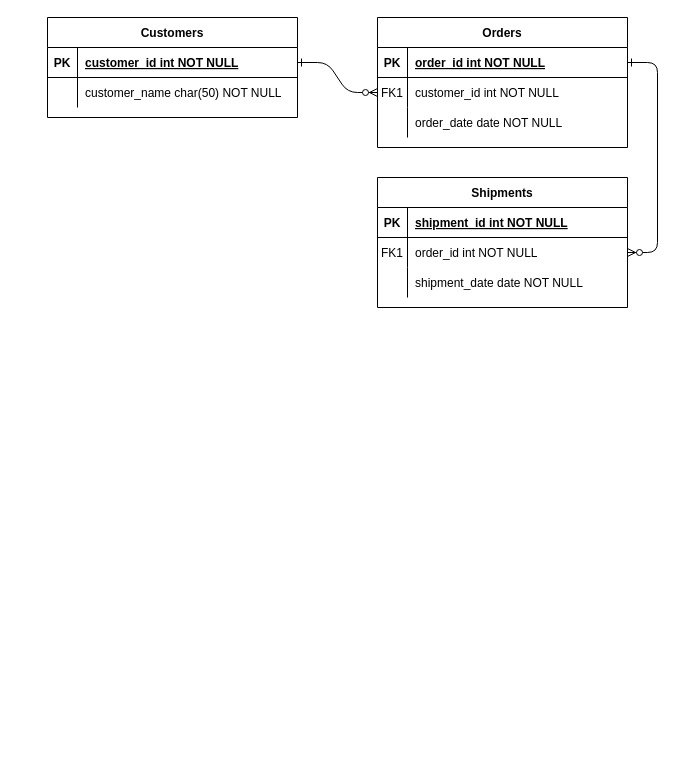
Before: GoReactInternalResourceEntityRelationshipDiagram.drawio in anyingiit/Draw.io, a draw.io diagram. Source tidied: cells renumbered, new cells numbered last; positions are measured from the earlier drawing's top-left corner, leaving out a move shared by most shapes. Both pictures are drawn from the tidied source at 100%, with x=0, y=0 at pixel (47, 17).
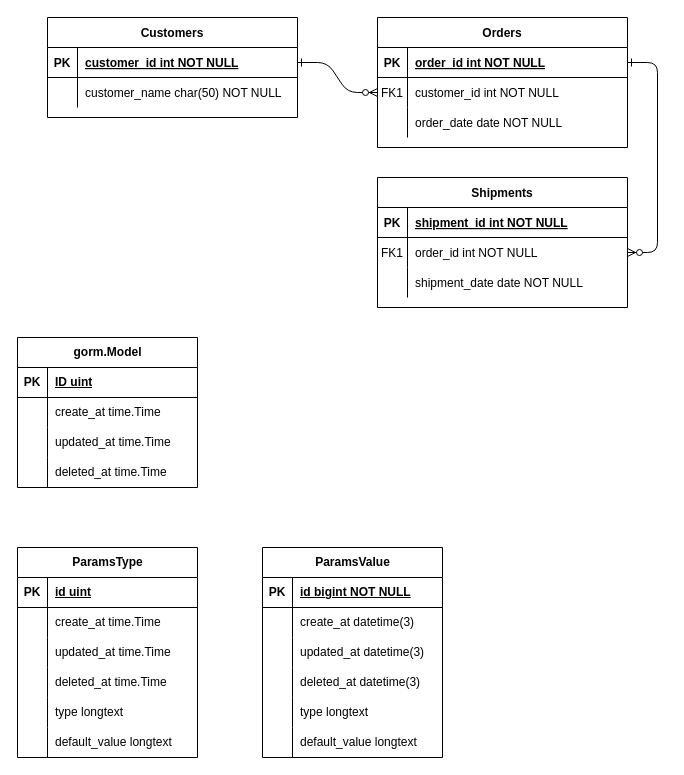
After the change.

The edit, as a diff of the source:
```diff
@@
+    <mxCell id="31" value="ParamsType" style="shape=table;startSize=30;childLayout=tableLayout;rowLines=0;fontStyle=1;align=center;html=1;" parent="1" vertex="1">
+      <mxGeometry x="-30" y="530" width="180" height="210" as="geometry" />
+    </mxCell>
+    <mxCell id="32" style="shape=tableRow;horizontal=0;startSize=0;swimlaneHead=0;swimlaneBody=0;fillColor=none;top=0;left=0;right=0;bottom=1;" parent="31" vertex="1">
+      <mxGeometry y="30" width="180" height="30" as="geometry" />
+    </mxCell>
+    <mxCell id="33" value="PK" style="shape=partialRectangle;fillColor=none;top=0;left=0;bottom=0;right=0;fontStyle=1;overflow=hidden;whiteSpace=wrap;html=1;" parent="32" vertex="1">
+      <mxGeometry width="30" height="30" as="geometry" />
+    </mxCell>
+    <mxCell id="34" value="id uint" style="shape=partialRectangle;fillColor=none;top=0;left=0;bottom=0;right=0;align=left;spacingLeft=6;fontStyle=5;overflow=hidden;whiteSpace=wrap;html=1;" parent="32" vertex="1">
+      <mxGeometry x="30" width="150" height="30" as="geometry" />
+    </mxCell>
+    <mxCell id="35" style="shape=tableRow;horizontal=0;startSize=0;swimlaneHead=0;swimlaneBody=0;fillColor=none;top=0;left=0;right=0;bottom=0;" parent="31" vertex="1">
+      <mxGeometry y="60" width="180" height="30" as="geometry" />
+    </mxCell>
+    <mxCell id="36" style="shape=partialRectangle;fillColor=none;top=0;left=0;bottom=0;right=0;overflow=hidden;whiteSpace=wrap;html=1;" parent="35" vertex="1">
+      <mxGeometry width="30" height="30" as="geometry" />
+    </mxCell>
+    <mxCell id="37" value="create_at time.Time" style="shape=partialRectangle;fillColor=none;top=0;left=0;bottom=0;right=0;align=left;spacingLeft=6;overflow=hidden;whiteSpace=wrap;html=1;" parent="35" vertex="1">
+      <mxGeometry x="30" width="150" height="30" as="geometry" />
+    </mxCell>
+    <mxCell id="38" style="shape=tableRow;horizontal=0;startSize=0;swimlaneHead=0;swimlaneBody=0;fillColor=none;top=0;left=0;right=0;bottom=0;" parent="31" vertex="1">
+      <mxGeometry y="90" width="180" height="30" as="geometry" />
+    </mxCell>
+    <mxCell id="39" style="shape=partialRectangle;fillColor=none;top=0;left=0;bottom=0;right=0;overflow=hidden;whiteSpace=wrap;html=1;" parent="38" vertex="1">
+      <mxGeometry width="30" height="30" as="geometry" />
+    </mxCell>
+    <mxCell id="40" value="updated_at time.Time" style="shape=partialRectangle;fillColor=none;top=0;left=0;bottom=0;right=0;align=left;spacingLeft=6;overflow=hidden;whiteSpace=wrap;html=1;" parent="38" vertex="1">
+      <mxGeometry x="30" width="150" height="30" as="geometry" />
+    </mxCell>
+    <mxCell id="41" style="shape=tableRow;horizontal=0;startSize=0;swimlaneHead=0;swimlaneBody=0;fillColor=none;top=0;left=0;right=0;bottom=0;" parent="31" vertex="1">
+      <mxGeometry y="120" width="180" height="30" as="geometry" />
+    </mxCell>
+    <mxCell id="42" style="shape=partialRectangle;fillColor=none;top=0;left=0;bottom=0;right=0;overflow=hidden;whiteSpace=wrap;html=1;" parent="41" vertex="1">
+      <mxGeometry width="30" height="30" as="geometry" />
+    </mxCell>
+    <mxCell id="43" value="deleted_at time.Time" style="shape=partialRectangle;fillColor=none;top=0;left=0;bottom=0;right=0;align=left;spacingLeft=6;overflow=hidden;whiteSpace=wrap;html=1;" parent="41" vertex="1">
+      <mxGeometry x="30" width="150" height="30" as="geometry" />
+    </mxCell>
+    <mxCell id="44" style="shape=tableRow;horizontal=0;startSize=0;swimlaneHead=0;swimlaneBody=0;fillColor=none;top=0;left=0;right=0;bottom=0;" parent="31" vertex="1">
+      <mxGeometry y="150" width="180" height="30" as="geometry" />
+    </mxCell>
+    <mxCell id="45" style="shape=partialRectangle;fillColor=none;top=0;left=0;bottom=0;right=0;overflow=hidden;whiteSpace=wrap;html=1;" parent="44" vertex="1">
+      <mxGeometry width="30" height="30" as="geometry" />
+    </mxCell>
+    <mxCell id="46" value="type longtext" style="shape=partialRectangle;fillColor=none;top=0;left=0;bottom=0;right=0;align=left;spacingLeft=6;overflow=hidden;whiteSpace=wrap;html=1;" parent="44" vertex="1">
+      <mxGeometry x="30" width="150" height="30" as="geometry" />
+    </mxCell>
+    <mxCell id="47" style="shape=tableRow;horizontal=0;startSize=0;swimlaneHead=0;swimlaneBody=0;fillColor=none;top=0;left=0;right=0;bottom=0;" parent="31" vertex="1">
+      <mxGeometry y="180" width="180" height="30" as="geometry" />
+    </mxCell>
+    <mxCell id="48" style="shape=partialRectangle;fillColor=none;top=0;left=0;bottom=0;right=0;overflow=hidden;whiteSpace=wrap;html=1;" parent="47" vertex="1">
+      <mxGeometry width="30" height="30" as="geometry" />
+    </mxCell>
+    <mxCell id="49" value="default_value longtext" style="shape=partialRectangle;fillColor=none;top=0;left=0;bottom=0;right=0;align=left;spacingLeft=6;overflow=hidden;whiteSpace=wrap;html=1;" parent="47" vertex="1">
+      <mxGeometry x="30" width="150" height="30" as="geometry" />
+    </mxCell>
+    <mxCell id="50" value="ParamsValue" style="shape=table;startSize=30;childLayout=tableLayout;rowLines=0;fontStyle=1;align=center;html=1;" parent="1" vertex="1">
+      <mxGeometry x="215" y="530" width="180" height="210" as="geometry" />
+    </mxCell>
+    <mxCell id="51" style="shape=tableRow;horizontal=0;startSize=0;swimlaneHead=0;swimlaneBody=0;fillColor=none;top=0;left=0;right=0;bottom=1;" parent="50" vertex="1">
+      <mxGeometry y="30" width="180" height="30" as="geometry" />
+    </mxCell>
+    <mxCell id="52" value="PK" style="shape=partialRectangle;fillColor=none;top=0;left=0;bottom=0;right=0;fontStyle=1;overflow=hidden;whiteSpace=wrap;html=1;" parent="51" vertex="1">
+      <mxGeometry width="30" height="30" as="geometry" />
+    </mxCell>
+    <mxCell id="53" value="id bigint NOT NULL" style="shape=partialRectangle;fillColor=none;top=0;left=0;bottom=0;right=0;align=left;spacingLeft=6;fontStyle=5;overflow=hidden;whiteSpace=wrap;html=1;" parent="51" vertex="1">
+      <mxGeometry x="30" width="150" height="30" as="geometry" />
+    </mxCell>
+    <mxCell id="54" style="shape=tableRow;horizontal=0;startSize=0;swimlaneHead=0;swimlaneBody=0;fillColor=none;top=0;left=0;right=0;bottom=0;" parent="50" vertex="1">
+      <mxGeometry y="60" width="180" height="30" as="geometry" />
+    </mxCell>
+    <mxCell id="55" style="shape=partialRectangle;fillColor=none;top=0;left=0;bottom=0;right=0;overflow=hidden;whiteSpace=wrap;html=1;" parent="54" vertex="1">
+      <mxGeometry width="30" height="30" as="geometry" />
+    </mxCell>
+    <mxCell id="56" value="create_at datetime(3)" style="shape=partialRectangle;fillColor=none;top=0;left=0;bottom=0;right=0;align=left;spacingLeft=6;overflow=hidden;whiteSpace=wrap;html=1;" parent="54" vertex="1">
+      <mxGeometry x="30" width="150" height="30" as="geometry" />
+    </mxCell>
+    <mxCell id="57" style="shape=tableRow;horizontal=0;startSize=0;swimlaneHead=0;swimlaneBody=0;fillColor=none;top=0;left=0;right=0;bottom=0;" parent="50" vertex="1">
+      <mxGeometry y="90" width="180" height="30" as="geometry" />
+    </mxCell>
+    <mxCell id="58" style="shape=partialRectangle;fillColor=none;top=0;left=0;bottom=0;right=0;overflow=hidden;whiteSpace=wrap;html=1;" parent="57" vertex="1">
+      <mxGeometry width="30" height="30" as="geometry" />
+    </mxCell>
+    <mxCell id="59" value="updated_at datetime(3)" style="shape=partialRectangle;fillColor=none;top=0;left=0;bottom=0;right=0;align=left;spacingLeft=6;overflow=hidden;whiteSpace=wrap;html=1;" parent="57" vertex="1">
+      <mxGeometry x="30" width="150" height="30" as="geometry" />
+    </mxCell>
+    <mxCell id="60" style="shape=tableRow;horizontal=0;startSize=0;swimlaneHead=0;swimlaneBody=0;fillColor=none;top=0;left=0;right=0;bottom=0;" parent="50" vertex="1">
+      <mxGeometry y="120" width="180" height="30" as="geometry" />
+    </mxCell>
+    <mxCell id="61" style="shape=partialRectangle;fillColor=none;top=0;left=0;bottom=0;right=0;overflow=hidden;whiteSpace=wrap;html=1;" parent="60" vertex="1">
+      <mxGeometry width="30" height="30" as="geometry" />
+    </mxCell>
+    <mxCell id="62" value="deleted_at datetime(3)" style="shape=partialRectangle;fillColor=none;top=0;left=0;bottom=0;right=0;align=left;spacingLeft=6;overflow=hidden;whiteSpace=wrap;html=1;" parent="60" vertex="1">
+      <mxGeometry x="30" width="150" height="30" as="geometry" />
+    </mxCell>
+    <mxCell id="63" style="shape=tableRow;horizontal=0;startSize=0;swimlaneHead=0;swimlaneBody=0;fillColor=none;top=0;left=0;right=0;bottom=0;" parent="50" vertex="1">
+      <mxGeometry y="150" width="180" height="30" as="geometry" />
+    </mxCell>
+    <mxCell id="64" style="shape=partialRectangle;fillColor=none;top=0;left=0;bottom=0;right=0;overflow=hidden;whiteSpace=wrap;html=1;" parent="63" vertex="1">
+      <mxGeometry width="30" height="30" as="geometry" />
+    </mxCell>
+    <mxCell id="65" value="type longtext" style="shape=partialRectangle;fillColor=none;top=0;left=0;bottom=0;right=0;align=left;spacingLeft=6;overflow=hidden;whiteSpace=wrap;html=1;" parent="63" vertex="1">
+      <mxGeometry x="30" width="150" height="30" as="geometry" />
+    </mxCell>
+    <mxCell id="66" style="shape=tableRow;horizontal=0;startSize=0;swimlaneHead=0;swimlaneBody=0;fillColor=none;top=0;left=0;right=0;bottom=0;" parent="50" vertex="1">
+      <mxGeometry y="180" width="180" height="30" as="geometry" />
+    </mxCell>
+    <mxCell id="67" style="shape=partialRectangle;fillColor=none;top=0;left=0;bottom=0;right=0;overflow=hidden;whiteSpace=wrap;html=1;" parent="66" vertex="1">
+      <mxGeometry width="30" height="30" as="geometry" />
+    </mxCell>
+    <mxCell id="68" value="default_value longtext" style="shape=partialRectangle;fillColor=none;top=0;left=0;bottom=0;right=0;align=left;spacingLeft=6;overflow=hidden;whiteSpace=wrap;html=1;" parent="66" vertex="1">
+      <mxGeometry x="30" width="150" height="30" as="geometry" />
+    </mxCell>
+    <mxCell id="69" value="gorm.Model" style="shape=table;startSize=30;childLayout=tableLayout;rowLines=0;fontStyle=1;align=center;html=1;" parent="1" vertex="1">
+      <mxGeometry x="-30" y="320" width="180" height="150" as="geometry" />
+    </mxCell>
+    <mxCell id="70" style="shape=tableRow;horizontal=0;startSize=0;swimlaneHead=0;swimlaneBody=0;fillColor=none;top=0;left=0;right=0;bottom=1;" parent="69" vertex="1">
+      <mxGeometry y="30" width="180" height="30" as="geometry" />
+    </mxCell>
+    <mxCell id="71" value="PK" style="shape=partialRectangle;fillColor=none;top=0;left=0;bottom=0;right=0;fontStyle=1;overflow=hidden;whiteSpace=wrap;html=1;" parent="70" vertex="1">
+      <mxGeometry width="30" height="30" as="geometry" />
+    </mxCell>
+    <mxCell id="72" value="ID uint" style="shape=partialRectangle;fillColor=none;top=0;left=0;bottom=0;right=0;align=left;spacingLeft=6;fontStyle=5;overflow=hidden;whiteSpace=wrap;html=1;" parent="70" vertex="1">
+      <mxGeometry x="30" width="150" height="30" as="geometry" />
+    </mxCell>
+    <mxCell id="73" style="shape=tableRow;horizontal=0;startSize=0;swimlaneHead=0;swimlaneBody=0;fillColor=none;top=0;left=0;right=0;bottom=0;" parent="69" vertex="1">
+      <mxGeometry y="60" width="180" height="30" as="geometry" />
+    </mxCell>
+    <mxCell id="74" style="shape=partialRectangle;fillColor=none;top=0;left=0;bottom=0;right=0;overflow=hidden;whiteSpace=wrap;html=1;" parent="73" vertex="1">
+      <mxGeometry width="30" height="30" as="geometry" />
+    </mxCell>
+    <mxCell id="75" value="create_at time.Time" style="shape=partialRectangle;fillColor=none;top=0;left=0;bottom=0;right=0;align=left;spacingLeft=6;overflow=hidden;whiteSpace=wrap;html=1;" parent="73" vertex="1">
+      <mxGeometry x="30" width="150" height="30" as="geometry" />
+    </mxCell>
+    <mxCell id="76" style="shape=tableRow;horizontal=0;startSize=0;swimlaneHead=0;swimlaneBody=0;fillColor=none;top=0;left=0;right=0;bottom=0;" parent="69" vertex="1">
+      <mxGeometry y="90" width="180" height="30" as="geometry" />
+    </mxCell>
+    <mxCell id="77" style="shape=partialRectangle;fillColor=none;top=0;left=0;bottom=0;right=0;overflow=hidden;whiteSpace=wrap;html=1;" parent="76" vertex="1">
+      <mxGeometry width="30" height="30" as="geometry" />
+    </mxCell>
+    <mxCell id="78" value="updated_at time.Time" style="shape=partialRectangle;fillColor=none;top=0;left=0;bottom=0;right=0;align=left;spacingLeft=6;overflow=hidden;whiteSpace=wrap;html=1;" parent="76" vertex="1">
+      <mxGeometry x="30" width="150" height="30" as="geometry" />
+    </mxCell>
+    <mxCell id="79" style="shape=tableRow;horizontal=0;startSize=0;swimlaneHead=0;swimlaneBody=0;fillColor=none;top=0;left=0;right=0;bottom=0;" parent="69" vertex="1">
+      <mxGeometry y="120" width="180" height="30" as="geometry" />
+    </mxCell>
+    <mxCell id="80" style="shape=partialRectangle;fillColor=none;top=0;left=0;bottom=0;right=0;overflow=hidden;whiteSpace=wrap;html=1;" parent="79" vertex="1">
+      <mxGeometry width="30" height="30" as="geometry" />
+    </mxCell>
+    <mxCell id="81" value="deleted_at time.Time" style="shape=partialRectangle;fillColor=none;top=0;left=0;bottom=0;right=0;align=left;spacingLeft=6;overflow=hidden;whiteSpace=wrap;html=1;" parent="79" vertex="1">
+      <mxGeometry x="30" width="150" height="30" as="geometry" />
+    </mxCell>
```
